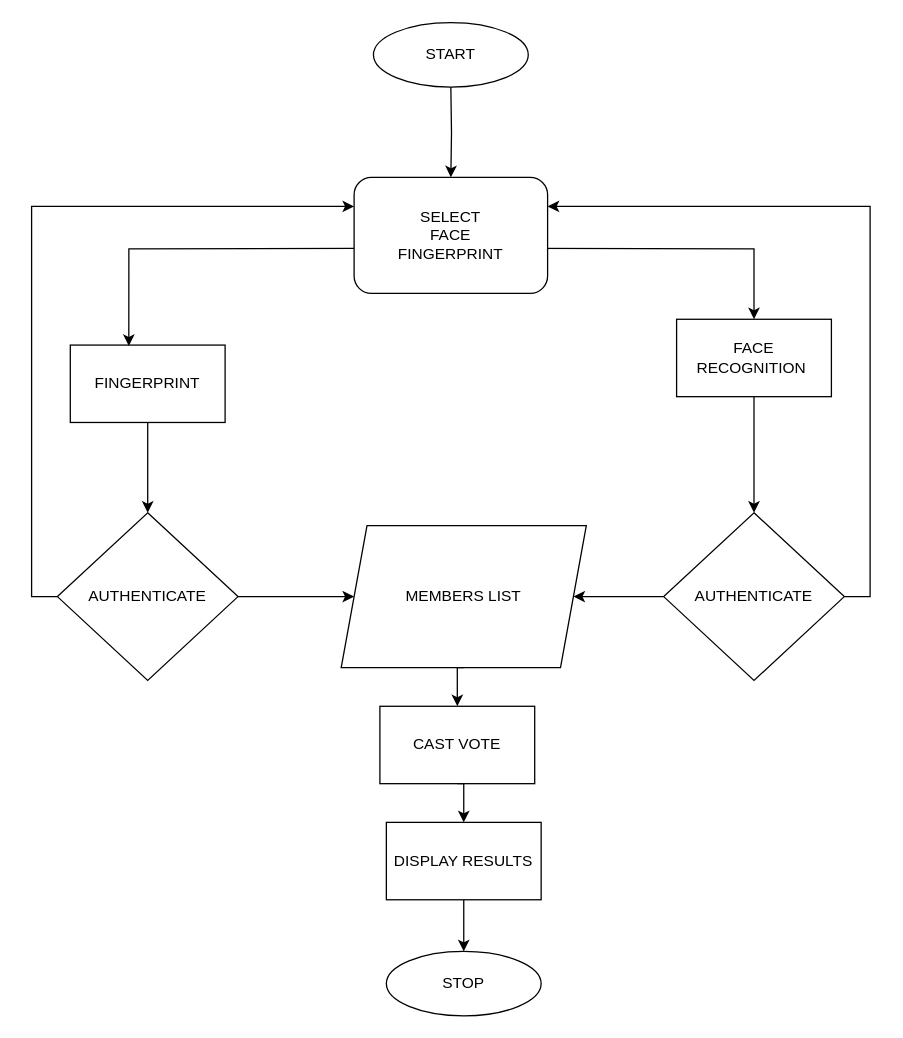
Earlier version of the draw.io diagram Untitled Diagram.drawio (ernest028/monty). Source tidied: cells renumbered, new cells numbered last; positions are measured from the earlier drawing's top-left corner, leaving out a move shared by most shapes. Both pictures are drawn from the tidied source at 129%, with x=0, y=0 at pixel (57, 22).
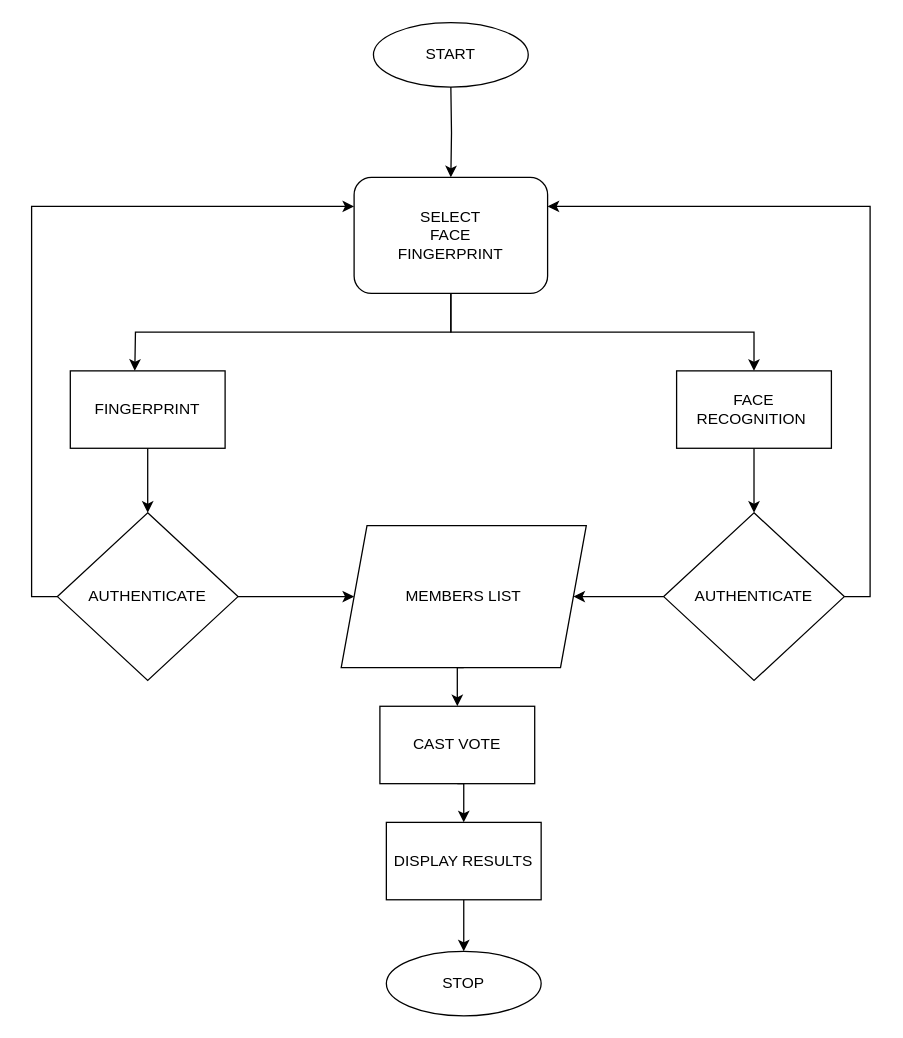
The same diagram, later.

The change refers to these unchanged cells:
```xml
<mxCell id="22" value="SELECT&lt;div&gt;FACE&lt;/div&gt;&lt;div&gt;FINGERPRINT&lt;/div&gt;" style="rounded=1;whiteSpace=wrap;html=1;" parent="1" vertex="1">
  <mxGeometry x="230" y="120" width="150" height="90" as="geometry" />
</mxCell>
```

Diff of the diagram source:
```diff
@@
     <mxCell id="7" value="FINGERPRINT" style="rounded=0;whiteSpace=wrap;html=1;" parent="1" vertex="1">
-      <mxGeometry x="10" y="250" width="120" height="60" as="geometry" />
+      <mxGeometry x="10" y="270" width="120" height="60" as="geometry" />
     </mxCell>
@@
-    <mxCell id="11" style="edgeStyle=orthogonalEdgeStyle;rounded=0;jettySize=auto;html=1;exitX=1;exitY=0.5;exitDx=0;exitDy=0;entryX=0.5;entryY=0;entryDx=0;entryDy=0;" parent="1" edge="1" target="13">
-      <mxGeometry relative="1" as="geometry">
-        <mxPoint x="370" y="175" as="sourcePoint" />
-      </mxGeometry>
-    </mxCell>
@@
     <mxCell id="13" value="FACE RECOGNITION&amp;nbsp;" style="rounded=0;whiteSpace=wrap;html=1;" parent="1" vertex="1">
-      <mxGeometry x="480" y="230" width="120" height="60" as="geometry" />
+      <mxGeometry x="480" y="270" width="120" height="60" as="geometry" />
     </mxCell>
@@
-    <mxCell id="21" style="edgeStyle=orthogonalEdgeStyle;rounded=0;jettySize=auto;html=1;exitX=0;exitY=0.5;exitDx=0;exitDy=0;entryX=0.378;entryY=0.011;entryDx=0;entryDy=0;entryPerimeter=0;" parent="1" edge="1" target="7">
-      <mxGeometry relative="1" as="geometry">
-        <mxPoint x="230" y="175" as="sourcePoint" />
-      </mxGeometry>
-    </mxCell>
+    <mxCell id="24" style="edgeStyle=orthogonalEdgeStyle;rounded=0;jettySize=auto;html=1;exitX=0.5;exitY=1;exitDx=0;exitDy=0;" parent="1" edge="1" source="22">
+      <mxGeometry relative="1" as="geometry">
+        <mxPoint x="60" y="270" as="targetPoint" />
+      </mxGeometry>
+    </mxCell>
+    <mxCell id="25" style="edgeStyle=orthogonalEdgeStyle;rounded=0;jettySize=auto;html=1;exitX=0.5;exitY=1;exitDx=0;exitDy=0;entryX=0.5;entryY=0;entryDx=0;entryDy=0;" parent="1" edge="1" source="22" target="13">
+      <mxGeometry relative="1" as="geometry" />
+    </mxCell>
```
